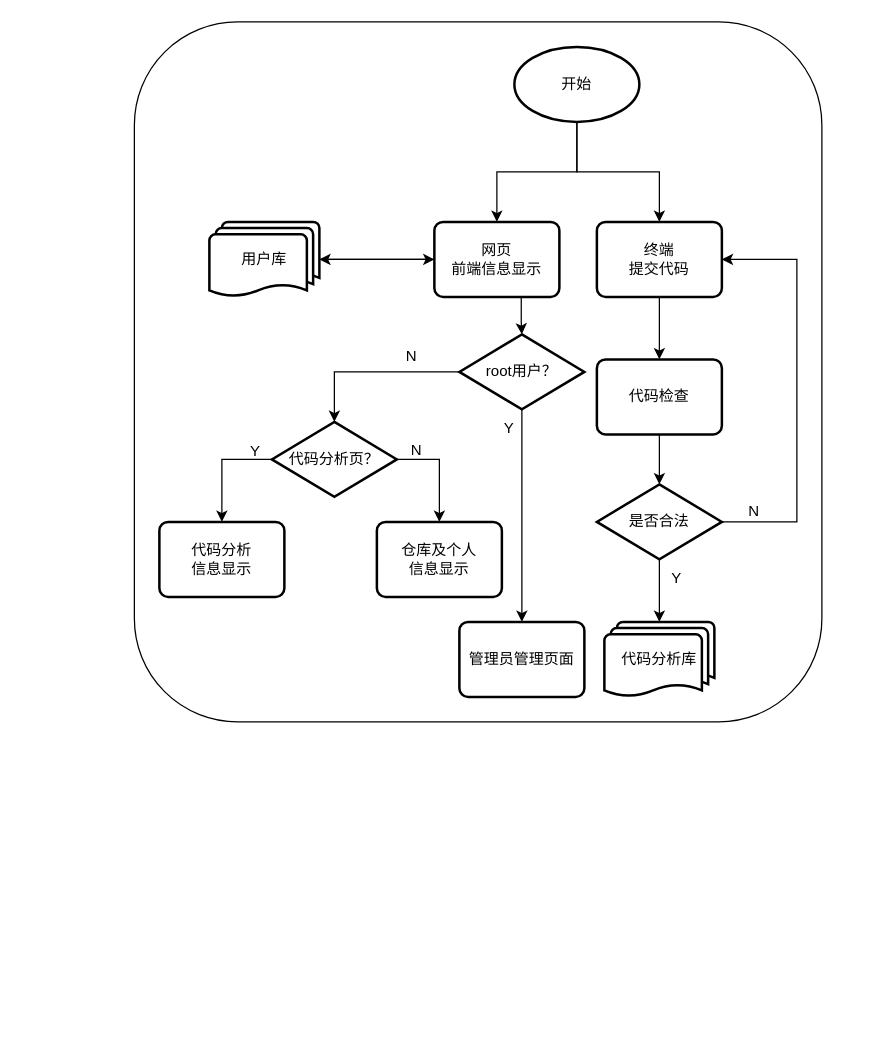
The draw.io diagram 控制流图.drawio in BarnabyAlexandraBaron/USTB_Washing_Machine, before the edit. Source tidied: cells renumbered, new cells numbered last; positions are measured from the earlier drawing's top-left corner, leaving out a move shared by most shapes. Both pictures are drawn from the tidied source at 125%, with x=0, y=0 at pixel (134, 21).
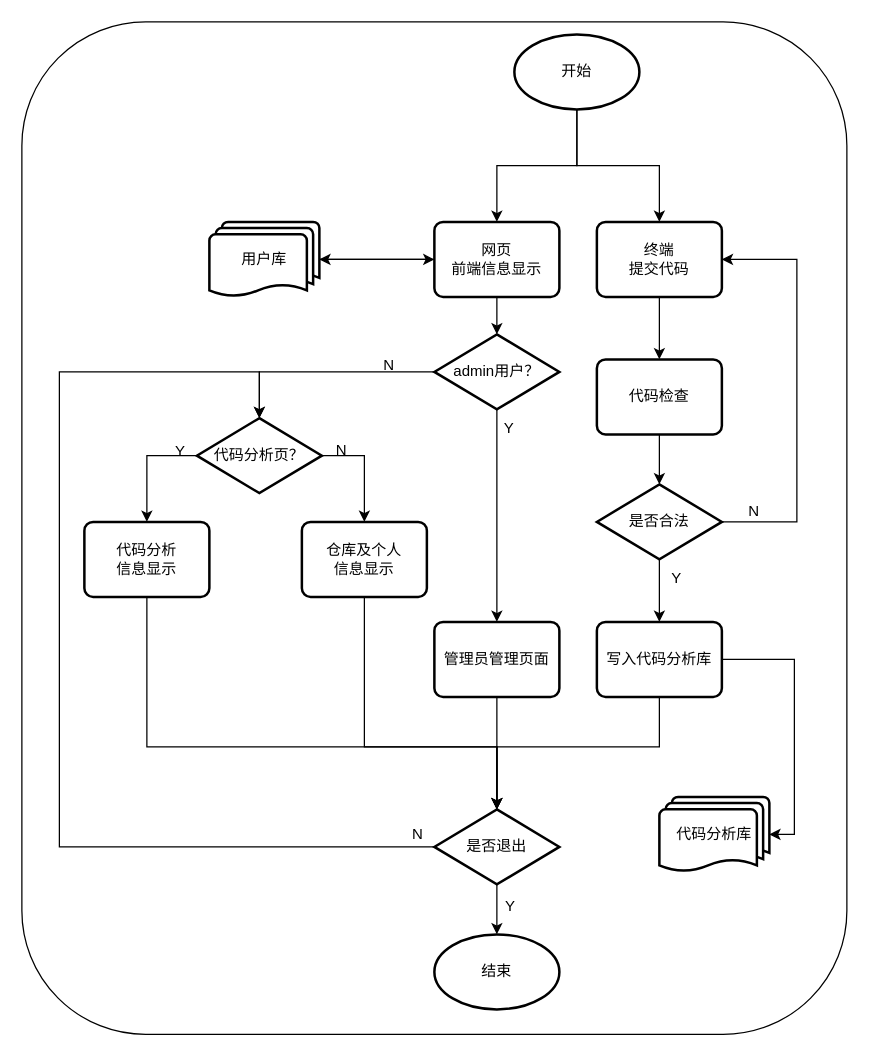
The same diagram, later.

Commit message (it also covers changes not shown here):
更新控制流图.drawio

The change refers to these unchanged cells:
```xml
<mxCell id="12" value="终端&lt;br&gt;提交代码" style="rounded=1;whiteSpace=wrap;html=1;absoluteArcSize=1;arcSize=14;strokeWidth=2;" parent="1" vertex="1">
  <mxGeometry x="370" y="160" width="100" height="60" as="geometry" />
</mxCell>
<mxCell id="15" value="网页&lt;br&gt;前端信息显示" style="rounded=1;whiteSpace=wrap;html=1;absoluteArcSize=1;arcSize=14;strokeWidth=2;" parent="1" vertex="1">
  <mxGeometry x="240" y="160" width="100" height="60" as="geometry" />
</mxCell>
<mxCell id="20" value="是否合法" style="strokeWidth=2;html=1;shape=mxgraph.flowchart.decision;whiteSpace=wrap;" parent="1" vertex="1">
  <mxGeometry x="370" y="370" width="100" height="60" as="geometry" />
</mxCell>
```

Change to the diagram source:
```diff
@@
-    <mxCell id="2" style="rounded=1;whiteSpace=wrap;html=1;" parent="1" vertex="1">
-      <mxGeometry width="550" height="560" as="geometry" />
-    </mxCell>
+    <mxCell id="34" style="rounded=1;whiteSpace=wrap;html=1;" parent="1" vertex="1">
+      <mxGeometry x="-90" width="660" height="810" as="geometry" />
+    </mxCell>
-    <mxCell id="3" style="edgeStyle=orthogonalEdgeStyle;rounded=0;jettySize=auto;html=1;entryX=0.5;entryY=0;entryDx=0;entryDy=0;" parent="1" edge="1" source="5" target="15">
+    <mxCell id="3" style="edgeStyle=orthogonalEdgeStyle;rounded=0;jettySize=auto;html=1;entryX=0.5;entryY=0;entryDx=0;entryDy=0;exitX=0.5;exitY=1;exitDx=0;exitDy=0;exitPerimeter=0;" parent="1" edge="1" source="5" target="15">
       <mxGeometry relative="1" as="geometry" />
     </mxCell>
-    <mxCell id="4" style="edgeStyle=orthogonalEdgeStyle;rounded=0;jettySize=auto;html=1;entryX=0.5;entryY=0;entryDx=0;entryDy=0;" parent="1" edge="1" source="5" target="12">
+    <mxCell id="4" style="edgeStyle=orthogonalEdgeStyle;rounded=0;jettySize=auto;html=1;entryX=0.5;entryY=0;entryDx=0;entryDy=0;exitX=0.5;exitY=1;exitDx=0;exitDy=0;exitPerimeter=0;" parent="1" edge="1" source="5" target="12">
       <mxGeometry relative="1" as="geometry" />
     </mxCell>
-    <mxCell id="5" value="开始" style="strokeWidth=2;html=1;shape=mxgraph.flowchart.start_1;whiteSpace=wrap;" parent="1" vertex="1">
-      <mxGeometry x="304" y="20" width="100" height="60" as="geometry" />
-    </mxCell>
@@
     <mxCell id="8" style="edgeStyle=orthogonalEdgeStyle;rounded=0;jettySize=auto;html=1;exitX=0;exitY=0.5;exitDx=0;exitDy=0;exitPerimeter=0;entryX=0.5;entryY=0;entryDx=0;entryDy=0;entryPerimeter=0;" parent="1" edge="1" source="10" target="25">
-      <mxGeometry relative="1" as="geometry" />
+      <mxGeometry relative="1" as="geometry">
+        <Array as="points">
+          <mxPoint x="240" y="280" />
+          <mxPoint x="100" y="280" />
+        </Array>
+      </mxGeometry>
     </mxCell>
@@
-    <mxCell id="10" value="root用户？" style="strokeWidth=2;html=1;shape=mxgraph.flowchart.decision;whiteSpace=wrap;" parent="1" vertex="1">
-      <mxGeometry x="260" y="250" width="100" height="60" as="geometry" />
+    <mxCell id="10" value="admin用户？" style="strokeWidth=2;html=1;shape=mxgraph.flowchart.decision;whiteSpace=wrap;" parent="1" vertex="1">
+      <mxGeometry x="240" y="250" width="100" height="60" as="geometry" />
     </mxCell>
@@
-    <mxCell id="14" style="edgeStyle=orthogonalEdgeStyle;rounded=0;jettySize=auto;html=1;exitX=0.695;exitY=0.975;exitDx=0;exitDy=0;exitPerimeter=0;" parent="1" edge="1" source="15" target="10">
+    <mxCell id="14" style="edgeStyle=orthogonalEdgeStyle;rounded=0;jettySize=auto;html=1;exitX=0.5;exitY=1;exitDx=0;exitDy=0;" parent="1" edge="1" source="15" target="10">
       <mxGeometry relative="1" as="geometry" />
     </mxCell>
@@
-    <mxCell id="19" style="edgeStyle=orthogonalEdgeStyle;rounded=0;jettySize=auto;html=1;" parent="1" edge="1" source="20" target="21">
-      <mxGeometry relative="1" as="geometry" />
-    </mxCell>
+    <mxCell id="35" style="edgeStyle=orthogonalEdgeStyle;rounded=0;jettySize=auto;html=1;exitX=0.5;exitY=1;exitDx=0;exitDy=0;exitPerimeter=0;entryX=0.5;entryY=0;entryDx=0;entryDy=0;" parent="1" edge="1" source="20" target="41">
+      <mxGeometry relative="1" as="geometry" />
+    </mxCell>
@@
     <mxCell id="21" value="代码分析库" style="strokeWidth=2;html=1;shape=mxgraph.flowchart.multi-document;whiteSpace=wrap;" parent="1" vertex="1">
-      <mxGeometry x="376" y="480" width="88" height="60" as="geometry" />
+      <mxGeometry x="420" y="620" width="88" height="60" as="geometry" />
     </mxCell>
+    <mxCell id="36" style="edgeStyle=orthogonalEdgeStyle;rounded=0;jettySize=auto;html=1;exitX=0.5;exitY=1;exitDx=0;exitDy=0;entryX=0.5;entryY=0;entryDx=0;entryDy=0;entryPerimeter=0;" parent="1" edge="1" source="22" target="44">
+      <mxGeometry relative="1" as="geometry">
+        <Array as="points">
+          <mxPoint x="10" y="580" />
+          <mxPoint x="290" y="580" />
+        </Array>
+      </mxGeometry>
+    </mxCell>
     <mxCell id="22" value="代码分析&lt;br&gt;信息显示" style="rounded=1;whiteSpace=wrap;html=1;absoluteArcSize=1;arcSize=14;strokeWidth=2;" parent="1" vertex="1">
-      <mxGeometry x="20" y="400" width="100" height="60" as="geometry" />
+      <mxGeometry x="-40" y="400" width="100" height="60" as="geometry" />
     </mxCell>
@@
     <mxCell id="25" value="代码分析页？" style="strokeWidth=2;html=1;shape=mxgraph.flowchart.decision;whiteSpace=wrap;" parent="1" vertex="1">
-      <mxGeometry x="110" y="320" width="100" height="60" as="geometry" />
+      <mxGeometry x="50" y="317" width="100" height="60" as="geometry" />
     </mxCell>
+    <mxCell id="37" style="edgeStyle=orthogonalEdgeStyle;rounded=0;jettySize=auto;html=1;exitX=0.5;exitY=1;exitDx=0;exitDy=0;entryX=0.5;entryY=0;entryDx=0;entryDy=0;entryPerimeter=0;" parent="1" edge="1" source="26" target="44">
+      <mxGeometry relative="1" as="geometry">
+        <Array as="points">
+          <mxPoint x="184" y="580" />
+          <mxPoint x="290" y="580" />
+        </Array>
+      </mxGeometry>
+    </mxCell>
     <mxCell id="26" value="仓库及个人&lt;br&gt;信息显示" style="rounded=1;whiteSpace=wrap;html=1;absoluteArcSize=1;arcSize=14;strokeWidth=2;" parent="1" vertex="1">
-      <mxGeometry x="194" y="400" width="100" height="60" as="geometry" />
+      <mxGeometry x="134" y="400" width="100" height="60" as="geometry" />
     </mxCell>
+    <mxCell id="38" style="edgeStyle=orthogonalEdgeStyle;rounded=0;jettySize=auto;html=1;exitX=0.5;exitY=1;exitDx=0;exitDy=0;entryX=0.5;entryY=0;entryDx=0;entryDy=0;entryPerimeter=0;" parent="1" edge="1" source="27" target="44">
+      <mxGeometry relative="1" as="geometry" />
+    </mxCell>
     <mxCell id="27" value="管理员管理页面" style="rounded=1;whiteSpace=wrap;html=1;absoluteArcSize=1;arcSize=14;strokeWidth=2;" parent="1" vertex="1">
-      <mxGeometry x="260" y="480" width="100" height="60" as="geometry" />
+      <mxGeometry x="240" y="480" width="100" height="60" as="geometry" />
     </mxCell>
@@
     <mxCell id="29" value="Y" style="text;html=1;strokeColor=none;fillColor=none;align=center;verticalAlign=middle;whiteSpace=wrap;rounded=0;" parent="1" vertex="1">
-      <mxGeometry x="67" y="329" width="60" height="30" as="geometry" />
+      <mxGeometry x="7" y="329" width="60" height="30" as="geometry" />
     </mxCell>
@@
     <mxCell id="31" value="N" style="text;html=1;strokeColor=none;fillColor=none;align=center;verticalAlign=middle;whiteSpace=wrap;rounded=0;" parent="1" vertex="1">
-      <mxGeometry x="196" y="328" width="60" height="30" as="geometry" />
+      <mxGeometry x="136" y="328" width="60" height="30" as="geometry" />
     </mxCell>
     <mxCell id="32" value="N" style="text;html=1;strokeColor=none;fillColor=none;align=center;verticalAlign=middle;whiteSpace=wrap;rounded=0;" parent="1" vertex="1">
-      <mxGeometry x="192" y="253" width="60" height="30" as="geometry" />
+      <mxGeometry x="174" y="260" width="60" height="30" as="geometry" />
     </mxCell>
@@
+    <mxCell id="39" style="edgeStyle=orthogonalEdgeStyle;rounded=0;jettySize=auto;html=1;exitX=1;exitY=0.5;exitDx=0;exitDy=0;entryX=1;entryY=0.5;entryDx=0;entryDy=0;entryPerimeter=0;" parent="1" edge="1" source="41" target="21">
+      <mxGeometry relative="1" as="geometry" />
+    </mxCell>
+    <mxCell id="40" style="edgeStyle=orthogonalEdgeStyle;rounded=0;jettySize=auto;html=1;entryX=0.5;entryY=0;entryDx=0;entryDy=0;entryPerimeter=0;exitX=0.5;exitY=1;exitDx=0;exitDy=0;" parent="1" edge="1" source="41" target="44">
+      <mxGeometry relative="1" as="geometry">
+        <Array as="points">
+          <mxPoint x="420" y="580" />
+          <mxPoint x="290" y="580" />
+        </Array>
+      </mxGeometry>
+    </mxCell>
+    <mxCell id="41" value="写入代码分析库" style="rounded=1;whiteSpace=wrap;html=1;absoluteArcSize=1;arcSize=14;strokeWidth=2;" parent="1" vertex="1">
+      <mxGeometry x="370" y="480" width="100" height="60" as="geometry" />
+    </mxCell>
+    <mxCell id="42" style="edgeStyle=orthogonalEdgeStyle;rounded=0;jettySize=auto;html=1;" parent="1" edge="1" source="44" target="45">
+      <mxGeometry relative="1" as="geometry" />
+    </mxCell>
+    <mxCell id="43" style="edgeStyle=orthogonalEdgeStyle;rounded=0;jettySize=auto;html=1;entryX=0.5;entryY=0;entryDx=0;entryDy=0;entryPerimeter=0;" parent="1" edge="1" source="44" target="25">
+      <mxGeometry relative="1" as="geometry">
+        <Array as="points">
+          <mxPoint x="-60" y="660" />
+          <mxPoint x="-60" y="280" />
+          <mxPoint x="100" y="280" />
+        </Array>
+      </mxGeometry>
+    </mxCell>
+    <mxCell id="44" value="是否退出" style="strokeWidth=2;html=1;shape=mxgraph.flowchart.decision;whiteSpace=wrap;" parent="1" vertex="1">
+      <mxGeometry x="240" y="630" width="100" height="60" as="geometry" />
+    </mxCell>
+    <mxCell id="5" value="开始" style="strokeWidth=2;html=1;shape=mxgraph.flowchart.start_1;whiteSpace=wrap;" parent="1" vertex="1">
+      <mxGeometry x="304" y="10" width="100" height="60" as="geometry" />
+    </mxCell>
+    <mxCell id="45" value="结束" style="strokeWidth=2;html=1;shape=mxgraph.flowchart.start_1;whiteSpace=wrap;" parent="1" vertex="1">
+      <mxGeometry x="240" y="730" width="100" height="60" as="geometry" />
+    </mxCell>
+    <mxCell id="46" value="Y" style="text;html=1;strokeColor=none;fillColor=none;align=center;verticalAlign=middle;whiteSpace=wrap;rounded=0;" parent="1" vertex="1">
+      <mxGeometry x="271" y="693" width="60" height="30" as="geometry" />
+    </mxCell>
+    <mxCell id="47" value="N" style="text;html=1;strokeColor=none;fillColor=none;align=center;verticalAlign=middle;whiteSpace=wrap;rounded=0;" parent="1" vertex="1">
+      <mxGeometry x="197" y="635" width="60" height="30" as="geometry" />
+    </mxCell>
```
